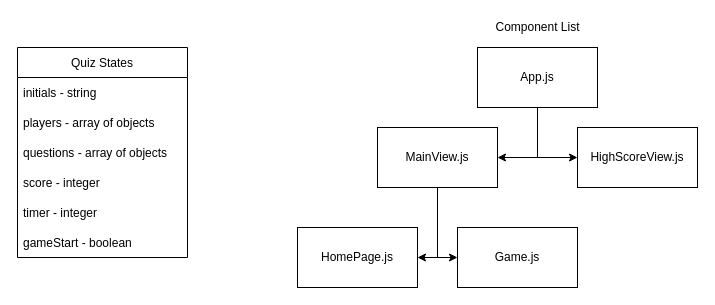
The draw.io diagram page "Page-1" (1 of 2) of React-Quiz-Diagram.drawio in Joeseff6/React-Quiz, before the edit. Source tidied: cells renumbered, new cells numbered last; positions are measured from the earlier drawing's top-left corner, leaving out a move shared by most shapes. Both pictures are drawn from the tidied source at 100%, with x=0, y=0 at pixel (17, 17).
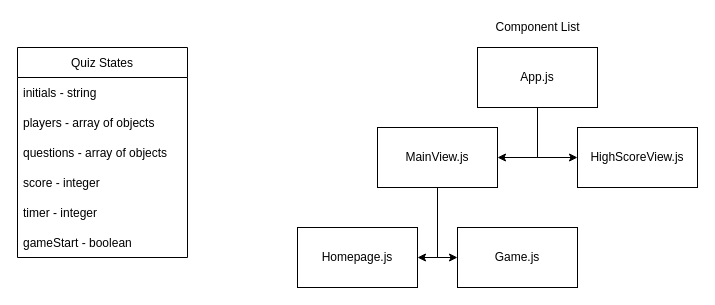
Above is the later version.

Commit message:
Added logic diagram

What changed in the source:
```diff
@@
 <mxGraphModel>
   <root>
     <mxCell id="0" />
     <mxCell id="1" parent="0" />
     <mxCell id="2" value="Quiz States" style="swimlane;fontStyle=0;horizontal=1;startSize=30;" parent="1" vertex="1">
       <mxGeometry y="30" width="170" height="210" as="geometry" />
     </mxCell>
     <mxCell id="3" value="initials - string" style="text;strokeColor=none;fillColor=none;align=left;verticalAlign=middle;spacingLeft=4;spacingRight=4;overflow=hidden;" parent="2" vertex="1">
       <mxGeometry y="30" width="170" height="30" as="geometry" />
     </mxCell>
     <mxCell id="4" value="players - array of objects" style="text;strokeColor=none;fillColor=none;align=left;verticalAlign=middle;spacingLeft=4;spacingRight=4;overflow=hidden;" parent="2" vertex="1">
       <mxGeometry y="60" width="170" height="30" as="geometry" />
     </mxCell>
     <mxCell id="5" value="questions - array of objects" style="text;strokeColor=none;fillColor=none;align=left;verticalAlign=middle;spacingLeft=4;spacingRight=4;overflow=hidden;" parent="2" vertex="1">
       <mxGeometry y="90" width="170" height="30" as="geometry" />
     </mxCell>
     <mxCell id="6" value="score - integer" style="text;strokeColor=none;fillColor=none;align=left;verticalAlign=middle;spacingLeft=4;spacingRight=4;overflow=hidden;" parent="2" vertex="1">
       <mxGeometry y="120" width="170" height="30" as="geometry" />
     </mxCell>
     <mxCell id="7" value="timer - integer" style="text;strokeColor=none;fillColor=none;align=left;verticalAlign=middle;spacingLeft=4;spacingRight=4;overflow=hidden;" parent="2" vertex="1">
       <mxGeometry y="150" width="170" height="30" as="geometry" />
     </mxCell>
     <mxCell id="8" value="gameStart - boolean" style="text;strokeColor=none;fillColor=none;align=left;verticalAlign=middle;spacingLeft=4;spacingRight=4;overflow=hidden;" parent="2" vertex="1">
       <mxGeometry y="180" width="170" height="30" as="geometry" />
     </mxCell>
     <mxCell id="9" style="edgeStyle=orthogonalEdgeStyle;rounded=0;jettySize=auto;html=1;exitX=0.5;exitY=1;exitDx=0;exitDy=0;entryX=1;entryY=0.5;entryDx=0;entryDy=0;" parent="1" edge="1" source="11" target="14">
       <mxGeometry relative="1" as="geometry" />
     </mxCell>
     <mxCell id="10" style="edgeStyle=orthogonalEdgeStyle;rounded=0;jettySize=auto;html=1;exitX=0.5;exitY=1;exitDx=0;exitDy=0;entryX=0;entryY=0.5;entryDx=0;entryDy=0;" parent="1" edge="1" source="11" target="15">
       <mxGeometry relative="1" as="geometry" />
     </mxCell>
     <mxCell id="11" value="App.js" style="rounded=0;whiteSpace=wrap;html=1;" parent="1" vertex="1">
       <mxGeometry x="460" y="30" width="120" height="60" as="geometry" />
     </mxCell>
     <mxCell id="12" style="edgeStyle=orthogonalEdgeStyle;rounded=0;jettySize=auto;html=1;exitX=0.5;exitY=1;exitDx=0;exitDy=0;entryX=1;entryY=0.5;entryDx=0;entryDy=0;" parent="1" edge="1" source="14" target="16">
       <mxGeometry relative="1" as="geometry" />
     </mxCell>
     <mxCell id="13" style="edgeStyle=orthogonalEdgeStyle;rounded=0;jettySize=auto;html=1;exitX=0.5;exitY=1;exitDx=0;exitDy=0;entryX=0;entryY=0.5;entryDx=0;entryDy=0;" parent="1" edge="1" source="14" target="17">
       <mxGeometry relative="1" as="geometry" />
     </mxCell>
     <mxCell id="14" value="MainView.js" style="rounded=0;whiteSpace=wrap;html=1;" parent="1" vertex="1">
       <mxGeometry x="360" y="110" width="120" height="60" as="geometry" />
     </mxCell>
     <mxCell id="15" value="HighScoreView.js" style="rounded=0;whiteSpace=wrap;html=1;" parent="1" vertex="1">
       <mxGeometry x="560" y="110" width="120" height="60" as="geometry" />
     </mxCell>
-    <mxCell id="16" value="HomePage.js" style="rounded=0;whiteSpace=wrap;html=1;" parent="1" vertex="1">
+    <mxCell id="16" value="Homepage.js" style="rounded=0;whiteSpace=wrap;html=1;" parent="1" vertex="1">
       <mxGeometry x="280" y="210" width="120" height="60" as="geometry" />
     </mxCell>
     <mxCell id="17" value="Game.js" style="rounded=0;whiteSpace=wrap;html=1;" parent="1" vertex="1">
       <mxGeometry x="440" y="210" width="120" height="60" as="geometry" />
     </mxCell>
     <mxCell id="18" value="Component List" style="text;html=1;align=center;verticalAlign=middle;strokeColor=none;fillColor=none;" parent="1" vertex="1">
       <mxGeometry x="470" width="100" height="20" as="geometry" />
     </mxCell>
   </root>
 </mxGraphModel>
```
